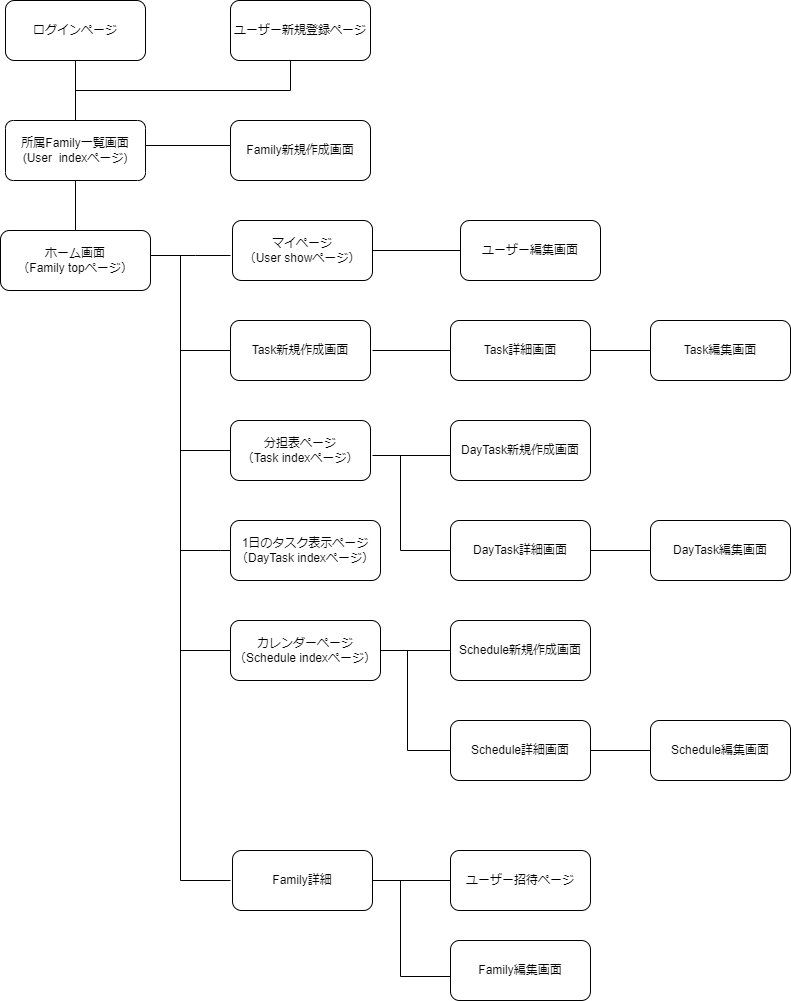
Earlier version of the draw.io export screen_transition.drawio.png (shiratama317/chesk). Source tidied: cells renumbered, new cells last; positions are measured from the earlier drawing's top-left corner, leaving out a move shared by most shapes.
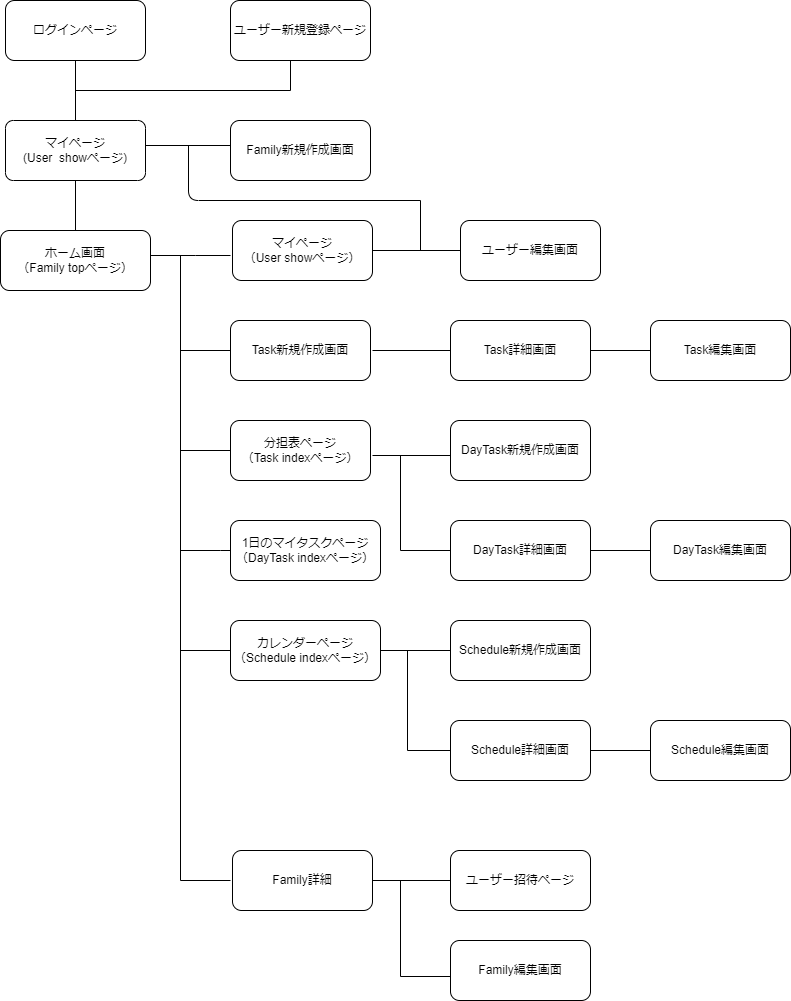
The same diagram one commit later.

Commit message:
ユーザー詳細ページ（マイページ）の作成

What changed in the source:
```diff
@@ -31,7 +31,7 @@
     <mxCell id="9" value="分担表ページ&lt;br&gt;（Task indexページ）" style="rounded=1;whiteSpace=wrap;html=1;" parent="1" vertex="1">
       <mxGeometry x="230" y="420" width="140" height="60" as="geometry" />
     </mxCell>
-    <mxCell id="10" value="1日のタスク表示ページ&lt;br&gt;（DayTask indexページ）" style="rounded=1;whiteSpace=wrap;html=1;" parent="1" vertex="1">
+    <mxCell id="10" value="1日のマイタスクページ&lt;br&gt;（DayTask indexページ）" style="rounded=1;whiteSpace=wrap;html=1;" parent="1" vertex="1">
       <mxGeometry x="230" y="520" width="150" height="60" as="geometry" />
     </mxCell>
     <mxCell id="11" value="カレンダーページ&lt;br&gt;（Schedule indexページ）" style="rounded=1;whiteSpace=wrap;html=1;" parent="1" vertex="1">
@@ -146,7 +146,7 @@
     <mxCell id="40" style="edgeStyle=none;html=1;exitX=0.5;exitY=0;exitDx=0;exitDy=0;entryX=0.5;entryY=1;entryDx=0;entryDy=0;endArrow=none;endFill=0;" parent="1" edge="1" source="41" target="2">
       <mxGeometry relative="1" as="geometry" />
     </mxCell>
-    <mxCell id="41" value="所属Family一覧画面&lt;br&gt;(User&amp;nbsp; indexページ)" style="rounded=1;whiteSpace=wrap;html=1;arcSize=13;" parent="1" vertex="1">
+    <mxCell id="41" value="マイページ&lt;br&gt;(User&amp;nbsp; showページ)" style="rounded=1;whiteSpace=wrap;html=1;arcSize=13;" parent="1" vertex="1">
       <mxGeometry x="5" y="120" width="140" height="60" as="geometry" />
     </mxCell>
     <mxCell id="42" style="line;strokeWidth=1;html=1;perimeter=backbonePerimeter;" parent="1" vertex="1">
@@ -174,5 +174,18 @@
         </Array>
       </mxGeometry>
     </mxCell>
+    <mxCell id="48" style="endArrow=none;html=1;" parent="1" edge="1" source="45">
+      <mxGeometry relative="1" as="geometry">
+        <mxPoint x="420" y="200" as="targetPoint" />
+        <Array as="points">
+          <mxPoint x="188" y="200" />
+        </Array>
+      </mxGeometry>
+    </mxCell>
+    <mxCell id="49" style="endArrow=none;html=1;" parent="1" edge="1" source="29">
+      <mxGeometry relative="1" as="geometry">
+        <mxPoint x="420" y="200" as="targetPoint" />
+      </mxGeometry>
+    </mxCell>
   </root>
 </mxGraphModel>
```
